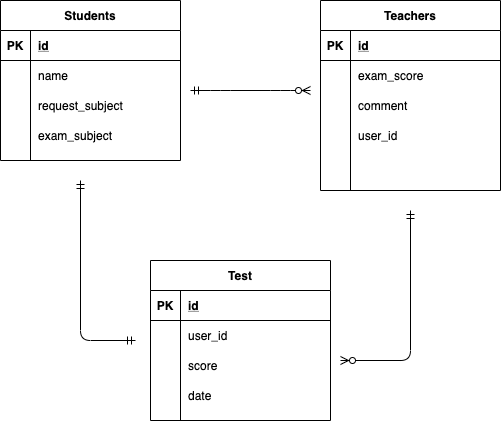
Before: index.drawio.png, a diagram exported from draw.io (nakamura-jin/diagram). Source tidied: cells renumbered, new cells last; positions are measured from the earlier drawing's top-left corner, leaving out a move shared by most shapes.
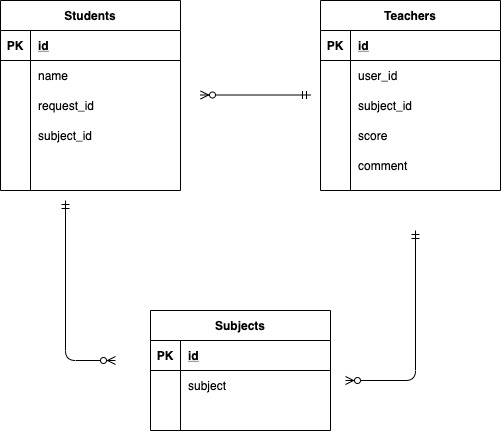
The same file after the commit.

Diff of the diagram source:
```diff
@@ -3,7 +3,7 @@
     <mxCell id="0" />
     <mxCell id="1" parent="0" />
     <mxCell id="2" value="Students" style="shape=table;startSize=30;rowLines=0;fontStyle=1;align=center;" parent="1" vertex="1">
-      <mxGeometry width="180" height="160" as="geometry" />
+      <mxGeometry width="180" height="190" as="geometry" />
     </mxCell>
     <mxCell id="3" style="shape=partialRectangle;fillColor=none;top=0;left=0;bottom=1;right=0;" parent="2" vertex="1">
       <mxGeometry y="30" width="180" height="30" as="geometry" />
@@ -29,7 +29,7 @@
     <mxCell id="10" style="shape=partialRectangle;fillColor=none;top=0;left=0;bottom=0;right=0;overflow=hidden;" parent="9" vertex="1">
       <mxGeometry width="30" height="30" as="geometry" />
     </mxCell>
-    <mxCell id="11" value="request_subject" style="shape=partialRectangle;fillColor=none;top=0;left=0;bottom=0;right=0;align=left;spacingLeft=6;overflow=hidden;" parent="9" vertex="1">
+    <mxCell id="11" value="request_id" style="shape=partialRectangle;fillColor=none;top=0;left=0;bottom=0;right=0;align=left;spacingLeft=6;overflow=hidden;" parent="9" vertex="1">
       <mxGeometry x="30" width="150" height="30" as="geometry" />
     </mxCell>
     <mxCell id="12" style="shape=partialRectangle;fillColor=none;top=0;left=0;bottom=0;right=0;" parent="2" vertex="1">
@@ -38,9 +38,18 @@
     <mxCell id="13" style="shape=partialRectangle;fillColor=none;top=0;left=0;bottom=0;right=0;overflow=hidden;" parent="12" vertex="1">
       <mxGeometry width="30" height="30" as="geometry" />
     </mxCell>
-    <mxCell id="14" value="exam_subject" style="shape=partialRectangle;fillColor=none;top=0;left=0;bottom=0;right=0;align=left;spacingLeft=6;overflow=hidden;" parent="12" vertex="1">
+    <mxCell id="14" value="subject_id" style="shape=partialRectangle;fillColor=none;top=0;left=0;bottom=0;right=0;align=left;spacingLeft=6;overflow=hidden;" parent="12" vertex="1">
       <mxGeometry x="30" width="150" height="30" as="geometry" />
     </mxCell>
+    <mxCell id="47" style="shape=partialRectangle;fillColor=none;top=0;left=0;bottom=0;right=0;" parent="2" vertex="1">
+      <mxGeometry y="150" width="180" height="30" as="geometry" />
+    </mxCell>
+    <mxCell id="48" style="shape=partialRectangle;fillColor=none;top=0;left=0;bottom=0;right=0;overflow=hidden;" parent="47" vertex="1">
+      <mxGeometry width="30" height="30" as="geometry" />
+    </mxCell>
+    <mxCell id="49" style="shape=partialRectangle;fillColor=none;top=0;left=0;bottom=0;right=0;align=left;spacingLeft=6;overflow=hidden;" parent="47" vertex="1">
+      <mxGeometry x="30" width="150" height="30" as="geometry" />
+    </mxCell>
     <mxCell id="15" value="Teachers" style="shape=table;startSize=30;rowLines=0;fontStyle=1;align=center;" parent="1" vertex="1">
       <mxGeometry x="320" width="180" height="190" as="geometry" />
     </mxCell>
@@ -59,40 +68,58 @@
     <mxCell id="20" style="shape=partialRectangle;fillColor=none;top=0;left=0;bottom=0;right=0;overflow=hidden;" parent="19" vertex="1">
       <mxGeometry width="30" height="30" as="geometry" />
     </mxCell>
-    <mxCell id="21" value="exam_score" style="shape=partialRectangle;fillColor=none;top=0;left=0;bottom=0;right=0;align=left;spacingLeft=6;overflow=hidden;" parent="19" vertex="1">
+    <mxCell id="21" value="user_id" style="shape=partialRectangle;fillColor=none;top=0;left=0;bottom=0;right=0;align=left;spacingLeft=6;overflow=hidden;" parent="19" vertex="1">
       <mxGeometry x="30" width="150" height="30" as="geometry" />
     </mxCell>
-    <mxCell id="22" style="shape=partialRectangle;fillColor=none;top=0;left=0;bottom=0;right=0;" parent="15" vertex="1">
-      <mxGeometry y="90" width="180" height="30" as="geometry" />
-    </mxCell>
-    <mxCell id="23" style="shape=partialRectangle;fillColor=none;top=0;left=0;bottom=0;right=0;overflow=hidden;" parent="22" vertex="1">
-      <mxGeometry width="30" height="30" as="geometry" />
-    </mxCell>
-    <mxCell id="24" value="comment" style="shape=partialRectangle;fillColor=none;top=0;left=0;bottom=0;right=0;align=left;spacingLeft=6;overflow=hidden;" parent="22" vertex="1">
-      <mxGeometry x="30" width="150" height="30" as="geometry" />
-    </mxCell>
     <mxCell id="25" style="shape=partialRectangle;fillColor=none;top=0;left=0;bottom=0;right=0;" parent="15" vertex="1">
-      <mxGeometry y="120" width="180" height="30" as="geometry" />
+      <mxGeometry y="90" width="180" height="30" as="geometry" />
     </mxCell>
     <mxCell id="26" style="shape=partialRectangle;fillColor=none;top=0;left=0;bottom=0;right=0;overflow=hidden;" parent="25" vertex="1">
       <mxGeometry width="30" height="30" as="geometry" />
     </mxCell>
-    <mxCell id="27" value="user_id" style="shape=partialRectangle;fillColor=none;top=0;left=0;bottom=0;right=0;align=left;spacingLeft=6;overflow=hidden;" parent="25" vertex="1">
+    <mxCell id="27" value="subject_id" style="shape=partialRectangle;fillColor=none;top=0;left=0;bottom=0;right=0;align=left;spacingLeft=6;overflow=hidden;" parent="25" vertex="1">
       <mxGeometry x="30" width="150" height="30" as="geometry" />
     </mxCell>
     <mxCell id="28" style="shape=partialRectangle;fillColor=none;top=0;left=0;bottom=0;right=0;" parent="15" vertex="1">
-      <mxGeometry y="150" width="180" height="30" as="geometry" />
+      <mxGeometry y="120" width="180" height="30" as="geometry" />
     </mxCell>
     <mxCell id="29" style="shape=partialRectangle;fillColor=none;top=0;left=0;bottom=0;right=0;overflow=hidden;" parent="28" vertex="1">
       <mxGeometry width="30" height="30" as="geometry" />
     </mxCell>
-    <mxCell id="30" style="shape=partialRectangle;fillColor=none;top=0;left=0;bottom=0;right=0;align=left;spacingLeft=6;overflow=hidden;" parent="28" vertex="1">
+    <mxCell id="30" value="score" style="shape=partialRectangle;fillColor=none;top=0;left=0;bottom=0;right=0;align=left;spacingLeft=6;overflow=hidden;" parent="28" vertex="1">
       <mxGeometry x="30" width="150" height="30" as="geometry" />
     </mxCell>
-    <mxCell id="31" value="Test" style="shape=table;startSize=30;rowLines=0;fontStyle=1;align=center;" parent="1" vertex="1">
-      <mxGeometry x="150" y="260" width="180" height="160" as="geometry" />
-    </mxCell>
+    <mxCell id="50" style="shape=partialRectangle;fillColor=none;top=0;left=0;bottom=0;right=0;" parent="15" vertex="1">
+      <mxGeometry y="150" width="180" height="30" as="geometry" />
+    </mxCell>
+    <mxCell id="51" style="shape=partialRectangle;fillColor=none;top=0;left=0;bottom=0;right=0;overflow=hidden;" parent="50" vertex="1">
+      <mxGeometry width="30" height="30" as="geometry" />
+    </mxCell>
+    <mxCell id="24" value="comment" style="shape=partialRectangle;fillColor=none;top=0;left=0;bottom=0;right=0;align=left;spacingLeft=6;overflow=hidden;" parent="50" vertex="1">
+      <mxGeometry x="30" width="150" height="30" as="geometry" />
+    </mxCell>
+    <mxCell id="45" style="edgeStyle=elbowEdgeStyle;fontSize=12;html=1;endArrow=ERzeroToMany;startArrow=ERmandOne;" parent="1" edge="1">
+      <mxGeometry relative="1" as="geometry">
+        <mxPoint x="415" y="230" as="sourcePoint" />
+        <mxPoint x="345" y="380" as="targetPoint" />
+        <Array as="points">
+          <mxPoint x="415" y="310" />
+        </Array>
+      </mxGeometry>
+    </mxCell>
+    <mxCell id="52" style="edgeStyle=elbowEdgeStyle;fontSize=12;html=1;endArrow=ERzeroToMany;startArrow=ERmandOne;elbow=vertical;" parent="1" edge="1">
+      <mxGeometry relative="1" as="geometry">
+        <mxPoint x="65" y="200" as="sourcePoint" />
+        <mxPoint x="115" y="360" as="targetPoint" />
+        <Array as="points">
+          <mxPoint x="55" y="360" />
+        </Array>
+      </mxGeometry>
+    </mxCell>
+    <mxCell id="53" value="Subjects" style="shape=table;startSize=30;rowLines=0;fontStyle=1;align=center;" parent="1" vertex="1">
+      <mxGeometry x="150" y="310" width="180" height="120" as="geometry" />
+    </mxCell>
-    <mxCell id="32" style="shape=partialRectangle;fillColor=none;top=0;left=0;bottom=1;right=0;" parent="31" vertex="1">
+    <mxCell id="32" style="shape=partialRectangle;fillColor=none;top=0;left=0;bottom=1;right=0;" parent="53" vertex="1">
       <mxGeometry y="30" width="180" height="30" as="geometry" />
     </mxCell>
     <mxCell id="33" value="PK" style="shape=partialRectangle;fillColor=none;top=0;left=0;bottom=0;right=0;fontStyle=1;overflow=hidden;" parent="32" vertex="1">
@@ -101,56 +128,29 @@
     <mxCell id="34" value="id" style="shape=partialRectangle;fillColor=none;top=0;left=0;bottom=0;right=0;align=left;spacingLeft=6;fontStyle=5;overflow=hidden;" parent="32" vertex="1">
       <mxGeometry x="30" width="150" height="30" as="geometry" />
     </mxCell>
-    <mxCell id="35" style="shape=partialRectangle;fillColor=none;top=0;left=0;bottom=0;right=0;" parent="31" vertex="1">
+    <mxCell id="35" style="shape=partialRectangle;fillColor=none;top=0;left=0;bottom=0;right=0;" parent="53" vertex="1">
       <mxGeometry y="60" width="180" height="30" as="geometry" />
     </mxCell>
-    <mxCell id="36" style="shape=partialRectangle;fillColor=none;top=0;left=0;bottom=0;right=0;overflow=hidden;" parent="35" vertex="1">
-      <mxGeometry width="30" height="30" as="geometry" />
-    </mxCell>
-    <mxCell id="37" value="user_id" style="shape=partialRectangle;fillColor=none;top=0;left=0;bottom=0;right=0;align=left;spacingLeft=6;overflow=hidden;" parent="35" vertex="1">
-      <mxGeometry x="30" width="150" height="30" as="geometry" />
-    </mxCell>
-    <mxCell id="38" style="shape=partialRectangle;fillColor=none;top=0;left=0;bottom=0;right=0;" parent="31" vertex="1">
-      <mxGeometry y="90" width="180" height="30" as="geometry" />
-    </mxCell>
-    <mxCell id="39" style="shape=partialRectangle;fillColor=none;top=0;left=0;bottom=0;right=0;overflow=hidden;" parent="38" vertex="1">
-      <mxGeometry width="30" height="30" as="geometry" />
-    </mxCell>
-    <mxCell id="40" value="score" style="shape=partialRectangle;fillColor=none;top=0;left=0;bottom=0;right=0;align=left;spacingLeft=6;overflow=hidden;" parent="38" vertex="1">
-      <mxGeometry x="30" width="150" height="30" as="geometry" />
-    </mxCell>
-    <mxCell id="41" style="shape=partialRectangle;fillColor=none;top=0;left=0;bottom=0;right=0;" parent="31" vertex="1">
-      <mxGeometry y="120" width="180" height="30" as="geometry" />
-    </mxCell>
-    <mxCell id="42" style="shape=partialRectangle;fillColor=none;top=0;left=0;bottom=0;right=0;overflow=hidden;" parent="41" vertex="1">
-      <mxGeometry width="30" height="30" as="geometry" />
-    </mxCell>
-    <mxCell id="43" value="date" style="shape=partialRectangle;fillColor=none;top=0;left=0;bottom=0;right=0;align=left;spacingLeft=6;overflow=hidden;" parent="41" vertex="1">
-      <mxGeometry x="30" width="150" height="30" as="geometry" />
-    </mxCell>
-    <mxCell id="44" style="edgeStyle=elbowEdgeStyle;fontSize=12;html=1;endArrow=ERmandOne;startArrow=ERmandOne;" parent="1" edge="1">
-      <mxGeometry relative="1" as="geometry">
-        <mxPoint x="80" y="180" as="sourcePoint" />
-        <mxPoint x="135" y="340" as="targetPoint" />
-        <Array as="points">
-          <mxPoint x="80" y="270" />
-        </Array>
-      </mxGeometry>
-    </mxCell>
-    <mxCell id="45" style="edgeStyle=elbowEdgeStyle;fontSize=12;html=1;endArrow=ERzeroToMany;startArrow=ERmandOne;" parent="1" edge="1">
-      <mxGeometry relative="1" as="geometry">
-        <mxPoint x="410" y="210" as="sourcePoint" />
-        <mxPoint x="340" y="360" as="targetPoint" />
-        <Array as="points">
-          <mxPoint x="410" y="290" />
-        </Array>
-      </mxGeometry>
-    </mxCell>
-    <mxCell id="46" style="edgeStyle=entityRelationEdgeStyle;fontSize=12;html=1;endArrow=ERzeroToMany;startArrow=ERmandOne;" parent="1" edge="1">
-      <mxGeometry relative="1" as="geometry">
-        <mxPoint x="190" y="90" as="sourcePoint" />
-        <mxPoint x="310" y="90" as="targetPoint" />
-      </mxGeometry>
-    </mxCell>
+    <mxCell id="54" style="shape=partialRectangle;fillColor=none;top=0;left=0;bottom=0;right=0;overflow=hidden;" parent="35" vertex="1">
+      <mxGeometry width="30" height="30" as="geometry" />
+    </mxCell>
+    <mxCell id="55" value="subject" style="shape=partialRectangle;fillColor=none;top=0;left=0;bottom=0;right=0;align=left;spacingLeft=6;overflow=hidden;" parent="35" vertex="1">
+      <mxGeometry x="30" width="150" height="30" as="geometry" />
+    </mxCell>
+    <mxCell id="56" style="shape=partialRectangle;fillColor=none;top=0;left=0;bottom=0;right=0;" parent="53" vertex="1">
+      <mxGeometry y="90" width="180" height="30" as="geometry" />
+    </mxCell>
+    <mxCell id="57" style="shape=partialRectangle;fillColor=none;top=0;left=0;bottom=0;right=0;overflow=hidden;" parent="56" vertex="1">
+      <mxGeometry width="30" height="30" as="geometry" />
+    </mxCell>
+    <mxCell id="58" style="shape=partialRectangle;fillColor=none;top=0;left=0;bottom=0;right=0;align=left;spacingLeft=6;overflow=hidden;" parent="56" vertex="1">
+      <mxGeometry x="30" width="150" height="30" as="geometry" />
+    </mxCell>
+    <mxCell id="59" style="fontSize=12;html=1;endArrow=ERzeroToMany;startArrow=ERmandOne;" parent="1" edge="1">
+      <mxGeometry relative="1" as="geometry">
+        <mxPoint x="310" y="94.5" as="sourcePoint" />
+        <mxPoint x="200" y="94.5" as="targetPoint" />
+      </mxGeometry>
+    </mxCell>
   </root>
 </mxGraphModel>
```
